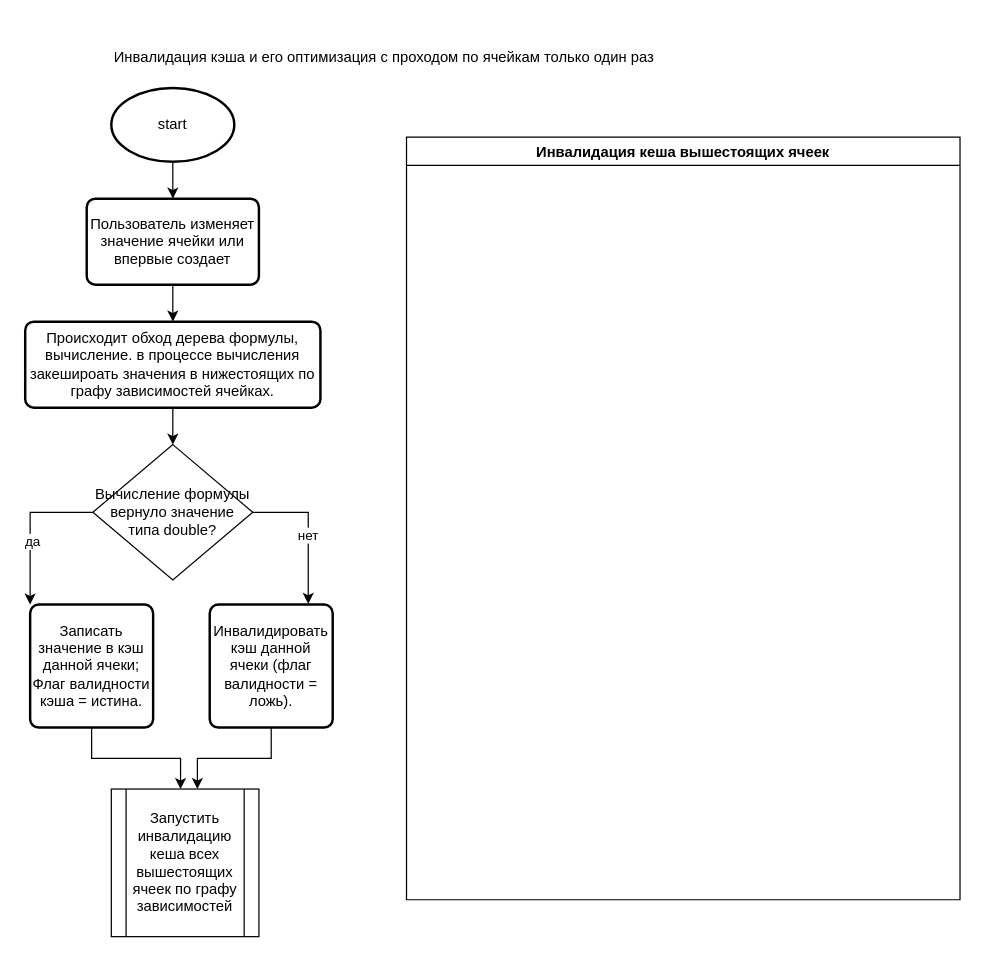
Before: ast/cache_invalidation.drawio in rokker1/yp-excel, a draw.io diagram. Source tidied: cells renumbered, new cells numbered last; positions are measured from the earlier drawing's top-left corner, leaving out a move shared by most shapes. Both pictures are drawn from the tidied source at 123%, with x=0, y=0 at pixel (25, 38).
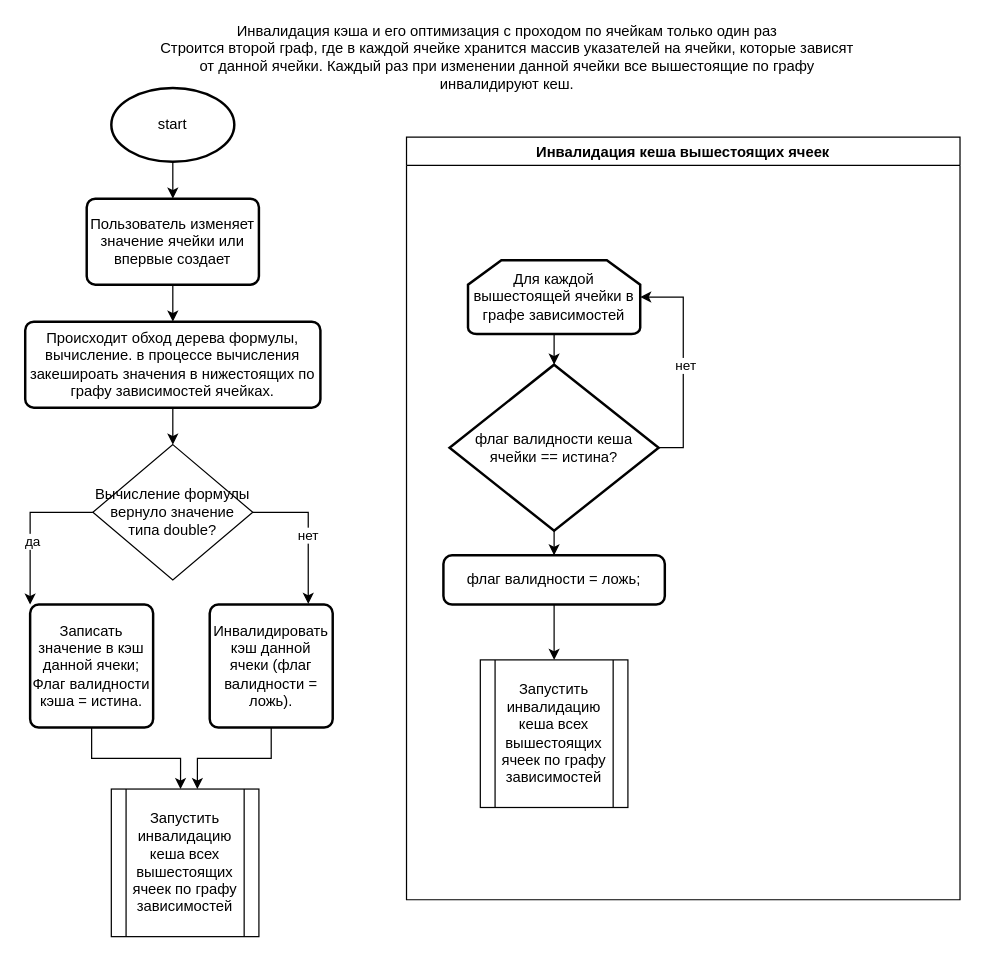
The same diagram, later.

The change refers to these unchanged cells:
```xml
<mxCell id="19" value="Инвалидация кеша вышестоящих ячеек" style="swimlane;startSize=23;" parent="1" vertex="1">
  <mxGeometry x="310" y="80" width="450" height="620" as="geometry" />
</mxCell>
```

Change to the diagram source:
```diff
@@
-    <mxCell id="2" value="&lt;div&gt;&lt;span class=&quot;element-hint glossary-term&quot;&gt;&lt;span class=&quot;element-hint__wrapper&quot;&gt;Инвалидация кэша&lt;/span&gt;&lt;/span&gt; и его оптимизация с проходом по ячейкам только один раз&lt;/div&gt;" style="text;html=1;strokeColor=none;fillColor=none;align=center;verticalAlign=middle;whiteSpace=wrap;rounded=0;" parent="1" vertex="1">
-      <mxGeometry x="4" width="576" height="30" as="geometry" />
+    <mxCell id="2" value="&lt;div&gt;&lt;span class=&quot;element-hint glossary-term&quot;&gt;&lt;span class=&quot;element-hint__wrapper&quot;&gt;Инвалидация кэша&lt;/span&gt;&lt;/span&gt; и его оптимизация с проходом по ячейкам только один раз&lt;/div&gt;&lt;div&gt;Строится второй граф, где в каждой ячейке хранится массив указателей на ячейки, которые зависят от данной ячейки. Каждый раз при изменении данной ячейки все вышестоящие по графу инвалидируют кеш.&lt;br&gt;&lt;/div&gt;" style="text;html=1;strokeColor=none;fillColor=none;align=center;verticalAlign=middle;whiteSpace=wrap;rounded=0;" parent="1" vertex="1">
+      <mxGeometry x="104" width="576" height="30" as="geometry" />
     </mxCell>
@@
+    <mxCell id="20" style="edgeStyle=orthogonalEdgeStyle;rounded=0;jettySize=auto;html=1;entryX=0.5;entryY=0;entryDx=0;entryDy=0;entryPerimeter=0;" parent="19" edge="1" source="21" target="25">
+      <mxGeometry relative="1" as="geometry" />
+    </mxCell>
+    <mxCell id="21" value="Для каждой вышестоящей ячейки в графе зависимостей" style="strokeWidth=2;html=1;shape=mxgraph.flowchart.loop_limit;whiteSpace=wrap;" parent="19" vertex="1">
+      <mxGeometry x="50" y="100" width="140" height="60" as="geometry" />
+    </mxCell>
+    <mxCell id="22" style="edgeStyle=orthogonalEdgeStyle;rounded=0;jettySize=auto;html=1;exitX=1;exitY=0.5;exitDx=0;exitDy=0;exitPerimeter=0;entryX=1;entryY=0.5;entryDx=0;entryDy=0;entryPerimeter=0;" parent="19" edge="1" source="25" target="21">
+      <mxGeometry relative="1" as="geometry" />
+    </mxCell>
+    <mxCell id="23" value="нет" style="edgeLabel;html=1;align=center;verticalAlign=middle;" parent="22" vertex="1">
+      <mxGeometry x="-0.02" y="-1" relative="1" as="geometry" />
+    </mxCell>
+    <mxCell id="24" style="edgeStyle=orthogonalEdgeStyle;rounded=0;jettySize=auto;html=1;" parent="19" edge="1" source="25" target="27">
+      <mxGeometry relative="1" as="geometry" />
+    </mxCell>
+    <mxCell id="25" value="флаг валидности кеша ячейки == истина?" style="strokeWidth=2;html=1;shape=mxgraph.flowchart.decision;whiteSpace=wrap;" parent="19" vertex="1">
+      <mxGeometry x="35" y="185" width="170" height="135" as="geometry" />
+    </mxCell>
+    <mxCell id="26" style="edgeStyle=orthogonalEdgeStyle;rounded=0;jettySize=auto;html=1;entryX=0.5;entryY=0;entryDx=0;entryDy=0;" parent="19" edge="1" source="27" target="28">
+      <mxGeometry relative="1" as="geometry" />
+    </mxCell>
+    <mxCell id="27" value="флаг валидности = ложь;" style="rounded=1;whiteSpace=wrap;html=1;absoluteArcSize=1;arcSize=14;strokeWidth=2;" parent="19" vertex="1">
+      <mxGeometry x="30" y="340" width="180" height="40" as="geometry" />
+    </mxCell>
+    <mxCell id="28" value="Запустить инвалидацию кеша всех вышестоящих ячеек по графу зависимостей" style="shape=process;whiteSpace=wrap;html=1;backgroundOutline=1;" parent="19" vertex="1">
+      <mxGeometry x="60" y="425" width="120" height="120" as="geometry" />
+    </mxCell>
```
